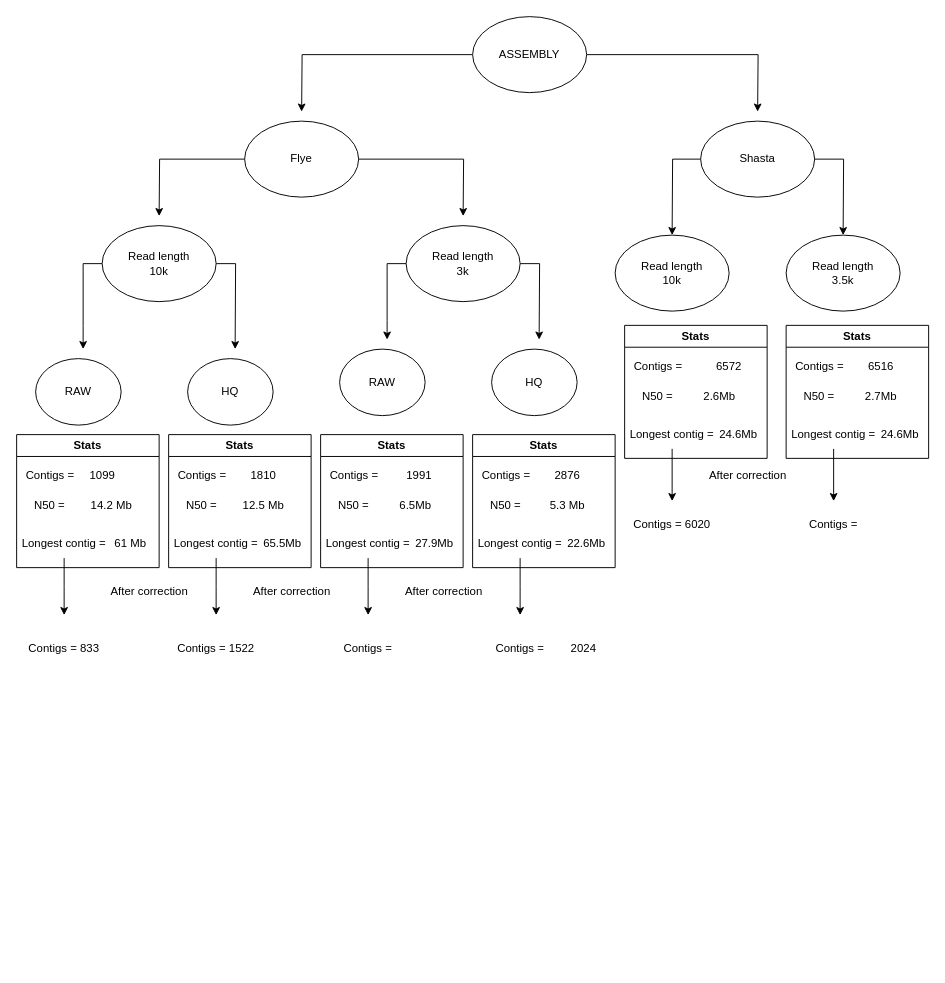
This is page "Page-9" (8 of 8) of Untitled Diagram.drawio from anukrati0306/anukrati0306, a draw.io file, before an edit. Source tidied: cells renumbered, new cells numbered last; positions are measured from the earlier drawing's top-left corner, leaving out a move shared by most shapes. Both pictures are drawn from the tidied source at 95%, with x=0, y=0 at pixel (16, 16).
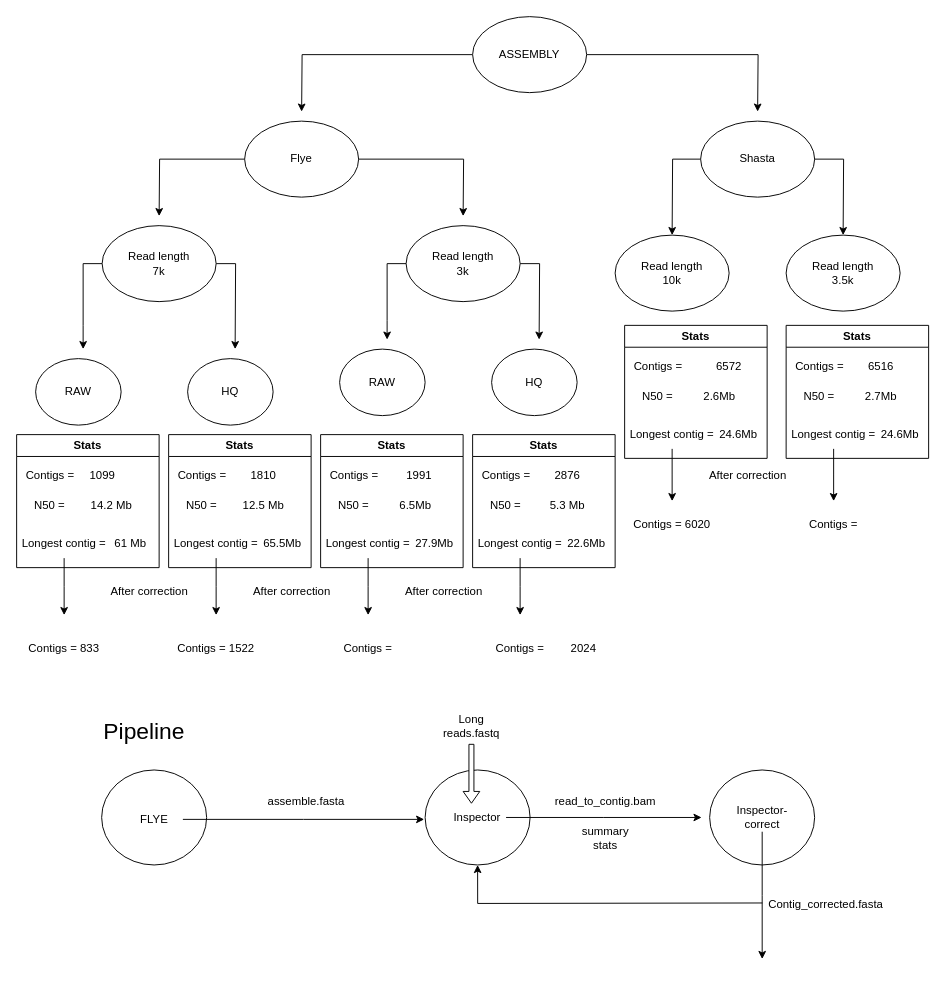
The same page after the edit.

Change to the diagram source:
```diff
@@
-    <mxCell id="13" value="&lt;div&gt;Read length&lt;/div&gt;&lt;div&gt;10k&lt;br&gt;&lt;/div&gt;" style="ellipse;whiteSpace=wrap;html=1;" parent="1" vertex="1">
+    <mxCell id="13" value="&lt;div&gt;Read length&lt;/div&gt;&lt;div&gt;7k&lt;br&gt;&lt;/div&gt;" style="ellipse;whiteSpace=wrap;html=1;" parent="1" vertex="1">
       <mxGeometry x="90" y="220" width="120" height="80" as="geometry" />
     </mxCell>
@@
+    <mxCell id="82" value="&lt;font style=&quot;font-size: 24px;&quot;&gt;Pipeline&lt;/font&gt;" style="text;html=1;strokeColor=none;fillColor=none;align=center;verticalAlign=middle;whiteSpace=wrap;rounded=0;" parent="1" vertex="1">
+      <mxGeometry x="30" y="729" width="209" height="48" as="geometry" />
+    </mxCell>
+    <mxCell id="83" style="ellipse;whiteSpace=wrap;html=1;" parent="1" vertex="1">
+      <mxGeometry x="89.5" y="793" width="110.5" height="100" as="geometry" />
+    </mxCell>
+    <mxCell id="84" style="ellipse;whiteSpace=wrap;html=1;" parent="1" vertex="1">
+      <mxGeometry x="729.5" y="793" width="110.5" height="100" as="geometry" />
+    </mxCell>
+    <mxCell id="85" style="ellipse;whiteSpace=wrap;html=1;" parent="1" vertex="1">
+      <mxGeometry x="430" y="793" width="110.5" height="100" as="geometry" />
+    </mxCell>
+    <mxCell id="86" style="edgeStyle=orthogonalEdgeStyle;rounded=0;jettySize=auto;html=1;" parent="1" edge="1" source="87">
+      <mxGeometry relative="1" as="geometry">
+        <mxPoint x="784.8" y="992" as="targetPoint" />
+      </mxGeometry>
+    </mxCell>
+    <mxCell id="87" value="Inspector-correct" style="text;html=1;strokeColor=none;fillColor=none;align=center;verticalAlign=middle;whiteSpace=wrap;rounded=0;" parent="1" vertex="1">
+      <mxGeometry x="754.8" y="828" width="60" height="30" as="geometry" />
+    </mxCell>
+    <mxCell id="88" style="edgeStyle=orthogonalEdgeStyle;rounded=0;jettySize=auto;html=1;" parent="1" edge="1" source="89">
+      <mxGeometry relative="1" as="geometry">
+        <mxPoint x="429" y="845" as="targetPoint" />
+      </mxGeometry>
+    </mxCell>
+    <mxCell id="89" value="FLYE" style="text;html=1;strokeColor=none;fillColor=none;align=center;verticalAlign=middle;whiteSpace=wrap;rounded=0;" parent="1" vertex="1">
+      <mxGeometry x="115" y="830" width="60" height="30" as="geometry" />
+    </mxCell>
+    <mxCell id="90" value="assemble.fasta" style="text;html=1;strokeColor=none;fillColor=none;align=center;verticalAlign=middle;whiteSpace=wrap;rounded=0;" parent="1" vertex="1">
+      <mxGeometry x="275" y="811" width="60" height="30" as="geometry" />
+    </mxCell>
+    <mxCell id="91" style="edgeStyle=orthogonalEdgeStyle;rounded=0;jettySize=auto;html=1;" parent="1" edge="1" source="92">
+      <mxGeometry relative="1" as="geometry">
+        <mxPoint x="721" y="843" as="targetPoint" />
+      </mxGeometry>
+    </mxCell>
+    <mxCell id="92" value="Inspector" style="text;html=1;strokeColor=none;fillColor=none;align=center;verticalAlign=middle;whiteSpace=wrap;rounded=0;" parent="1" vertex="1">
+      <mxGeometry x="455.2" y="828" width="60" height="30" as="geometry" />
+    </mxCell>
+    <mxCell id="93" style="shape=singleArrow;direction=south;whiteSpace=wrap;html=1;" parent="1" vertex="1">
+      <mxGeometry x="470" y="766" width="17.5" height="62" as="geometry" />
+    </mxCell>
+    <mxCell id="94" value="Long reads.fastq" style="text;html=1;strokeColor=none;fillColor=none;align=center;verticalAlign=middle;whiteSpace=wrap;rounded=0;" parent="1" vertex="1">
+      <mxGeometry x="448.8" y="732" width="60" height="30" as="geometry" />
+    </mxCell>
+    <mxCell id="95" value="read_to_contig.bam" style="text;html=1;strokeColor=none;fillColor=none;align=center;verticalAlign=middle;whiteSpace=wrap;rounded=0;" parent="1" vertex="1">
+      <mxGeometry x="590" y="811" width="60" height="30" as="geometry" />
+    </mxCell>
+    <mxCell id="96" value="summary stats" style="text;html=1;strokeColor=none;fillColor=none;align=center;verticalAlign=middle;whiteSpace=wrap;rounded=0;" parent="1" vertex="1">
+      <mxGeometry x="590" y="850" width="60" height="30" as="geometry" />
+    </mxCell>
+    <mxCell id="97" style="edgeStyle=orthogonalEdgeStyle;rounded=0;jettySize=auto;html=1;" parent="1" edge="1" target="85">
+      <mxGeometry relative="1" as="geometry">
+        <mxPoint x="785" y="933" as="sourcePoint" />
+      </mxGeometry>
+    </mxCell>
+    <mxCell id="98" value="Contig_corrected.fasta" style="text;html=1;strokeColor=none;fillColor=none;align=center;verticalAlign=middle;whiteSpace=wrap;rounded=0;" parent="1" vertex="1">
+      <mxGeometry x="822" y="920" width="60" height="30" as="geometry" />
+    </mxCell>
```
